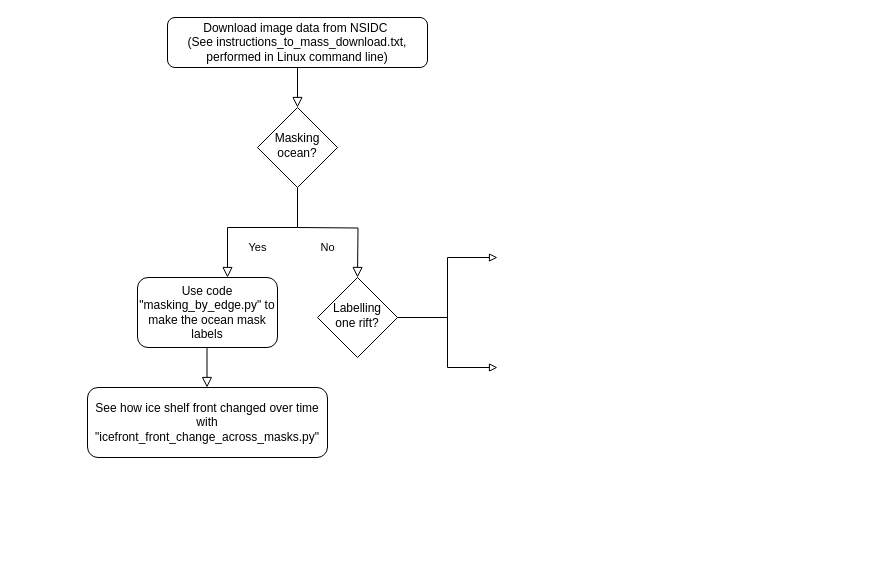
This is Untitled Diagram.drawio from sssigma1216/Antarctic-fracture-detection, a draw.io file, before an edit. Source tidied: cells renumbered, new cells numbered last; positions are measured from the earlier drawing's top-left corner, leaving out a move shared by most shapes. Both pictures are drawn from the tidied source at 100%, with x=0, y=0 at pixel (87, 17).
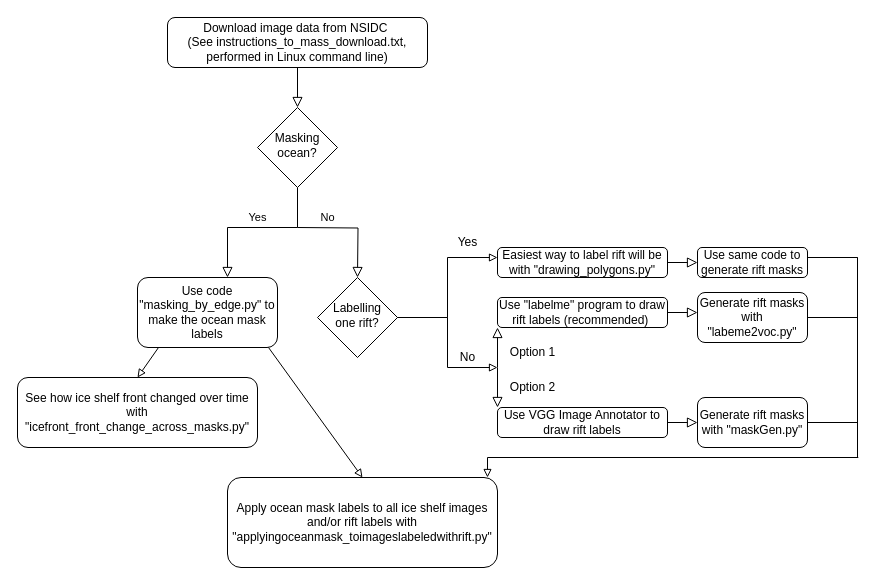
The same diagram, later.

Unchanged cells that the change refers to:
```xml
<mxCell id="5" value="Masking ocean?" style="rhombus;whiteSpace=wrap;html=1;shadow=0;fontFamily=Helvetica;fontSize=12;align=center;strokeWidth=1;spacing=6;spacingTop=-4;" parent="1" vertex="1">
  <mxGeometry x="170" y="90" width="80" height="80" as="geometry" />
</mxCell>
```

Diff of the diagram source:
```diff
@@
     <mxCell id="4" value="Yes" style="rounded=0;html=1;jettySize=auto;fontSize=11;endArrow=block;endFill=0;endSize=8;strokeWidth=1;shadow=0;labelBackgroundColor=none;edgeStyle=orthogonalEdgeStyle;" parent="1" edge="1" source="5">
-      <mxGeometry y="20" relative="1" as="geometry">
+      <mxGeometry y="-10" relative="1" as="geometry">
         <mxPoint x="140" y="260" as="targetPoint" />
         <Array as="points">
           <mxPoint x="210" y="210" />
           <mxPoint x="140" y="210" />
         </Array>
       </mxGeometry>
     </mxCell>
@@
     <mxCell id="6" value="See how ice shelf front changed over time with &quot;icefront_front_change_across_masks.py&quot;" style="rounded=1;whiteSpace=wrap;html=1;fontSize=12;glass=0;strokeWidth=1;shadow=0;" parent="1" vertex="1">
-      <mxGeometry y="370" width="240" height="70" as="geometry" />
+      <mxGeometry x="-70" y="360" width="240" height="70" as="geometry" />
     </mxCell>
@@
     <mxCell id="8" value="No" style="rounded=0;html=1;jettySize=auto;orthogonalLoop=1;fontSize=11;endArrow=block;endFill=0;endSize=8;strokeWidth=1;shadow=0;labelBackgroundColor=none;edgeStyle=orthogonalEdgeStyle;" parent="1" edge="1">
-      <mxGeometry x="-0.45" y="-20" relative="1" as="geometry">
+      <mxGeometry x="-0.45" y="10" relative="1" as="geometry">
         <mxPoint x="210" y="210" as="sourcePoint" />
         <mxPoint x="270" y="260" as="targetPoint" />
       </mxGeometry>
     </mxCell>
-    <mxCell id="9" style="rounded=0;html=1;jettySize=auto;orthogonalLoop=1;fontSize=11;endArrow=block;endFill=0;endSize=8;strokeWidth=1;shadow=0;labelBackgroundColor=none;" parent="1" edge="1">
-      <mxGeometry relative="1" as="geometry">
-        <mxPoint x="119.5" y="330" as="sourcePoint" />
-        <mxPoint x="119.5" y="370" as="targetPoint" />
-      </mxGeometry>
-    </mxCell>
@@
     <mxCell id="12" style="edgeStyle=elbowEdgeStyle;rounded=0;orthogonalLoop=1;jettySize=auto;html=1;exitX=1;exitY=0.5;exitDx=0;exitDy=0;endArrow=block;endFill=0;" parent="1" edge="1">
       <mxGeometry relative="1" as="geometry">
         <mxPoint x="310" y="300" as="sourcePoint" />
         <mxPoint x="410" y="350" as="targetPoint" />
-        <Array as="points">
-          <mxPoint x="360" y="320" />
-        </Array>
       </mxGeometry>
     </mxCell>
+    <mxCell id="13" value="Yes" style="text;html=1;align=center;verticalAlign=middle;fillColor=none;strokeColor=none;rounded=0;" parent="1" vertex="1">
+      <mxGeometry x="360" y="210" width="40" height="30" as="geometry" />
+    </mxCell>
+    <mxCell id="14" value="No" style="text;html=1;align=center;verticalAlign=middle;fillColor=none;strokeColor=none;rounded=0;" parent="1" vertex="1">
+      <mxGeometry x="360" y="325" width="40" height="30" as="geometry" />
+    </mxCell>
+    <mxCell id="15" value="Easiest way to label rift will be with &quot;drawing_polygons.py&quot;" style="rounded=1;whiteSpace=wrap;html=1;fontSize=12;glass=0;strokeWidth=1;shadow=0;" parent="1" vertex="1">
+      <mxGeometry x="410" y="230" width="170" height="30" as="geometry" />
+    </mxCell>
+    <mxCell id="16" style="rounded=0;html=1;jettySize=auto;orthogonalLoop=1;fontSize=11;endArrow=block;endFill=0;endSize=8;strokeWidth=1;shadow=0;labelBackgroundColor=none;" parent="1" edge="1">
+      <mxGeometry relative="1" as="geometry">
+        <mxPoint x="410" y="350" as="sourcePoint" />
+        <mxPoint x="410" y="310" as="targetPoint" />
+      </mxGeometry>
+    </mxCell>
+    <mxCell id="17" style="rounded=0;html=1;jettySize=auto;orthogonalLoop=1;fontSize=11;endArrow=block;endFill=0;endSize=8;strokeWidth=1;shadow=0;labelBackgroundColor=none;" parent="1" edge="1">
+      <mxGeometry relative="1" as="geometry">
+        <mxPoint x="410" y="350" as="sourcePoint" />
+        <mxPoint x="410" y="390" as="targetPoint" />
+      </mxGeometry>
+    </mxCell>
+    <mxCell id="18" value="Use &quot;labelme&quot; program to draw rift labels (recommended)&amp;nbsp;" style="rounded=1;whiteSpace=wrap;html=1;fontSize=12;glass=0;strokeWidth=1;shadow=0;" parent="1" vertex="1">
+      <mxGeometry x="410" y="280" width="170" height="30" as="geometry" />
+    </mxCell>
+    <mxCell id="19" style="edgeStyle=none;rounded=0;orthogonalLoop=1;jettySize=auto;html=1;exitX=0;exitY=0.75;exitDx=0;exitDy=0;endArrow=block;endFill=0;" parent="1" edge="1" source="18" target="18">
+      <mxGeometry relative="1" as="geometry" />
+    </mxCell>
+    <mxCell id="20" value="Use VGG Image Annotator to draw rift labels" style="rounded=1;whiteSpace=wrap;html=1;fontSize=12;glass=0;strokeWidth=1;shadow=0;" parent="1" vertex="1">
+      <mxGeometry x="410" y="390" width="170" height="30" as="geometry" />
+    </mxCell>
+    <mxCell id="21" style="rounded=0;html=1;jettySize=auto;fontSize=11;endArrow=block;endFill=0;endSize=8;strokeWidth=1;shadow=0;labelBackgroundColor=none;exitX=1;exitY=0.5;exitDx=0;exitDy=0;" parent="1" edge="1" source="15">
+      <mxGeometry relative="1" as="geometry">
+        <mxPoint x="610" y="245" as="targetPoint" />
+      </mxGeometry>
+    </mxCell>
+    <mxCell id="22" style="edgeStyle=none;rounded=0;orthogonalLoop=1;jettySize=auto;html=1;endArrow=none;endFill=0;" parent="1" edge="1">
+      <mxGeometry relative="1" as="geometry">
+        <mxPoint x="720" y="240" as="sourcePoint" />
+        <mxPoint x="770" y="245" as="targetPoint" />
+        <Array as="points">
+          <mxPoint x="770" y="240" />
+        </Array>
+      </mxGeometry>
+    </mxCell>
+    <mxCell id="23" value="Use same code to generate rift masks" style="rounded=1;whiteSpace=wrap;html=1;fontSize=12;glass=0;strokeWidth=1;shadow=0;" parent="1" vertex="1">
+      <mxGeometry x="610" y="230" width="110" height="30" as="geometry" />
+    </mxCell>
+    <mxCell id="24" style="rounded=0;html=1;jettySize=auto;fontSize=11;endArrow=block;endFill=0;endSize=8;strokeWidth=1;shadow=0;labelBackgroundColor=none;exitX=1;exitY=0.5;exitDx=0;exitDy=0;" parent="1" edge="1" source="18">
+      <mxGeometry relative="1" as="geometry">
+        <mxPoint x="610" y="295" as="targetPoint" />
+      </mxGeometry>
+    </mxCell>
+    <mxCell id="25" style="edgeStyle=none;rounded=0;jettySize=auto;html=1;exitX=1;exitY=0.5;exitDx=0;exitDy=0;endArrow=none;endFill=0;" parent="1" edge="1" source="26">
+      <mxGeometry relative="1" as="geometry">
+        <mxPoint x="770" y="300" as="targetPoint" />
+      </mxGeometry>
+    </mxCell>
+    <mxCell id="26" value="Generate rift masks with &quot;labeme2voc.py&quot;" style="rounded=1;whiteSpace=wrap;html=1;fontSize=12;glass=0;strokeWidth=1;shadow=0;" parent="1" vertex="1">
+      <mxGeometry x="610" y="275" width="110" height="50" as="geometry" />
+    </mxCell>
+    <mxCell id="27" style="rounded=0;html=1;jettySize=auto;fontSize=11;endArrow=block;endFill=0;endSize=8;strokeWidth=1;shadow=0;labelBackgroundColor=none;exitX=1;exitY=0.5;exitDx=0;exitDy=0;" parent="1" edge="1" source="20">
+      <mxGeometry relative="1" as="geometry">
+        <mxPoint x="610" y="405" as="targetPoint" />
+      </mxGeometry>
+    </mxCell>
+    <mxCell id="28" style="edgeStyle=none;rounded=0;jettySize=auto;html=1;exitX=1;exitY=0.5;exitDx=0;exitDy=0;endArrow=none;endFill=0;" parent="1" edge="1" source="29">
+      <mxGeometry relative="1" as="geometry">
+        <mxPoint x="770" y="405" as="targetPoint" />
+      </mxGeometry>
+    </mxCell>
+    <mxCell id="29" value="Generate rift masks with &quot;maskGen.py&quot;" style="rounded=1;whiteSpace=wrap;html=1;fontSize=12;glass=0;strokeWidth=1;shadow=0;" parent="1" vertex="1">
+      <mxGeometry x="610" y="380" width="110" height="50" as="geometry" />
+    </mxCell>
+    <mxCell id="30" style="edgeStyle=none;rounded=0;orthogonalLoop=1;jettySize=auto;html=1;endArrow=none;endFill=0;" parent="1" edge="1">
+      <mxGeometry relative="1" as="geometry">
+        <mxPoint x="770" y="240" as="sourcePoint" />
+        <mxPoint x="770" y="300" as="targetPoint" />
+      </mxGeometry>
+    </mxCell>
+    <mxCell id="31" style="edgeStyle=none;rounded=0;orthogonalLoop=1;jettySize=auto;html=1;endArrow=none;endFill=0;" parent="1" edge="1">
+      <mxGeometry relative="1" as="geometry">
+        <mxPoint x="770" y="290" as="sourcePoint" />
+        <mxPoint x="770" y="440" as="targetPoint" />
+      </mxGeometry>
+    </mxCell>
+    <mxCell id="32" value="Option 1" style="text;html=1;align=center;verticalAlign=middle;fillColor=none;strokeColor=none;rounded=0;" parent="1" vertex="1">
+      <mxGeometry x="410" y="320" width="70" height="30" as="geometry" />
+    </mxCell>
+    <mxCell id="33" value="Option 2" style="text;html=1;align=center;verticalAlign=middle;fillColor=none;strokeColor=none;rounded=0;" parent="1" vertex="1">
+      <mxGeometry x="410" y="355" width="70" height="30" as="geometry" />
+    </mxCell>
+    <mxCell id="34" style="edgeStyle=none;orthogonalLoop=1;jettySize=auto;html=1;rounded=0;endArrow=none;endFill=0;" parent="1" edge="1">
+      <mxGeometry relative="1" as="geometry">
+        <mxPoint x="770.8" y="440" as="sourcePoint" />
+        <mxPoint x="400" y="440" as="targetPoint" />
+      </mxGeometry>
+    </mxCell>
+    <mxCell id="35" style="edgeStyle=none;rounded=0;orthogonalLoop=1;jettySize=auto;html=1;endArrow=block;endFill=0;" parent="1" edge="1">
+      <mxGeometry relative="1" as="geometry">
+        <mxPoint x="71" y="330" as="sourcePoint" />
+        <mxPoint x="50" y="360" as="targetPoint" />
+      </mxGeometry>
+    </mxCell>
+    <mxCell id="36" style="edgeStyle=none;rounded=0;jettySize=auto;html=1;endArrow=block;endFill=0;entryX=0.5;entryY=0;entryDx=0;entryDy=0;" parent="1" edge="1" target="38">
+      <mxGeometry relative="1" as="geometry">
+        <mxPoint x="181" y="330" as="sourcePoint" />
+      </mxGeometry>
+    </mxCell>
+    <mxCell id="37" style="edgeStyle=none;rounded=0;orthogonalLoop=1;jettySize=auto;html=1;endArrow=block;endFill=0;" parent="1" edge="1">
+      <mxGeometry relative="1" as="geometry">
+        <mxPoint x="400" y="440" as="sourcePoint" />
+        <mxPoint x="400" y="460" as="targetPoint" />
+      </mxGeometry>
+    </mxCell>
+    <mxCell id="38" value="&lt;font style=&quot;font-size: 12px;&quot;&gt;Apply ocean mask labels to all ice shelf images and/or rift labels with &quot;applyingoceanmask_toimageslabeledwithrift.py&quot;&lt;/font&gt;" style="rounded=1;whiteSpace=wrap;html=1;fontSize=12;glass=0;strokeWidth=1;shadow=0;" parent="1" vertex="1">
+      <mxGeometry x="140" y="460" width="270" height="90" as="geometry" />
+    </mxCell>
```
